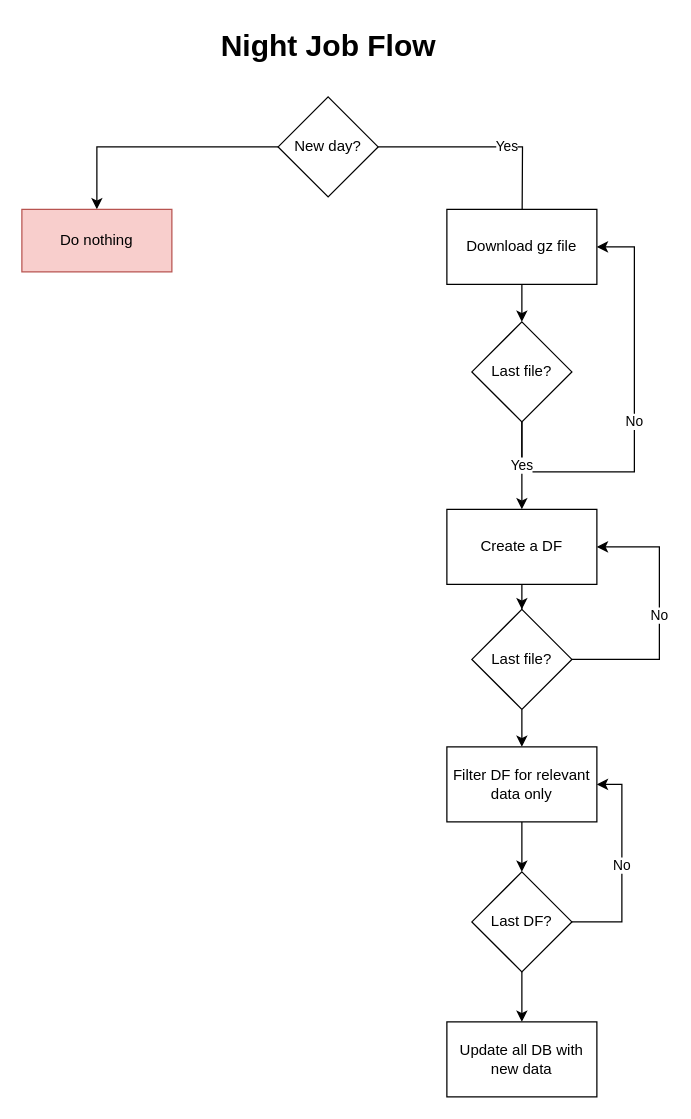
Before: Additional Research/Flow charts/Night job flow.drawio in Royrahav/Standarto, a draw.io diagram. Source tidied: cells renumbered, new cells numbered last; positions are measured from the earlier drawing's top-left corner, leaving out a move shared by most shapes. Both pictures are drawn from the tidied source at 125%, with x=0, y=0 at pixel (21, 21).
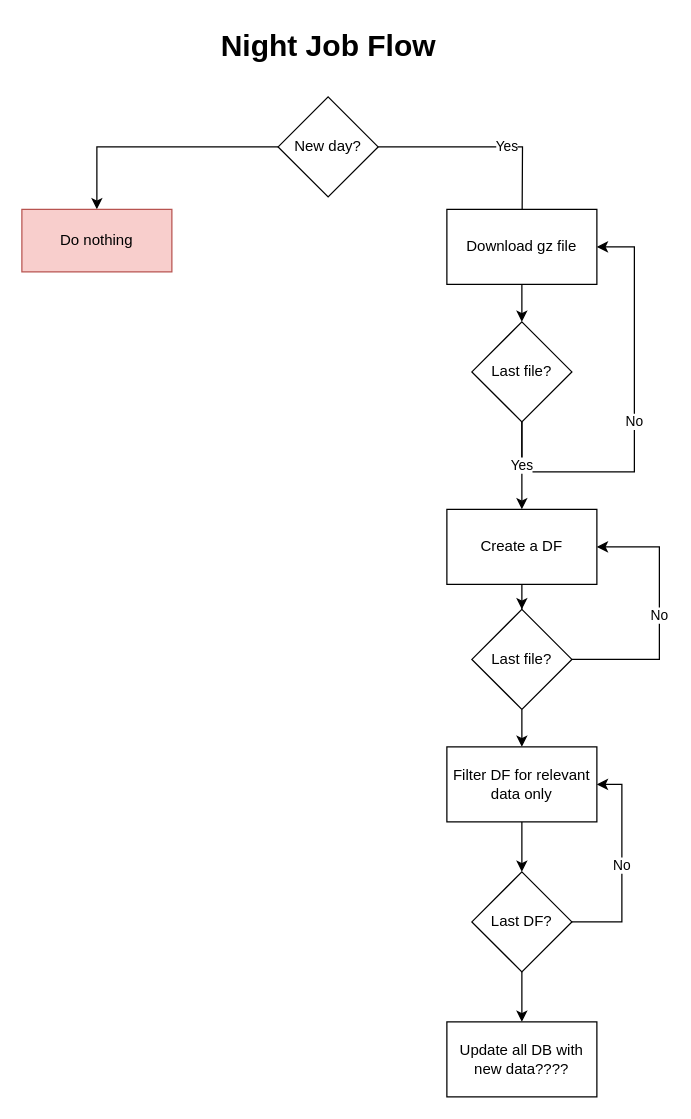
The same page after the edit.

Commit message (it also covers changes not shown here):
Data Service first commit

The edit, as a diff of the source:
```diff
@@
-    <mxCell id="22" value="Update all DB with new data" style="rounded=0;whiteSpace=wrap;html=1;" parent="1" vertex="1">
+    <mxCell id="22" value="Update all DB with new data????" style="rounded=0;whiteSpace=wrap;html=1;" parent="1" vertex="1">
       <mxGeometry x="340" y="800" width="120" height="60" as="geometry" />
     </mxCell>
```
